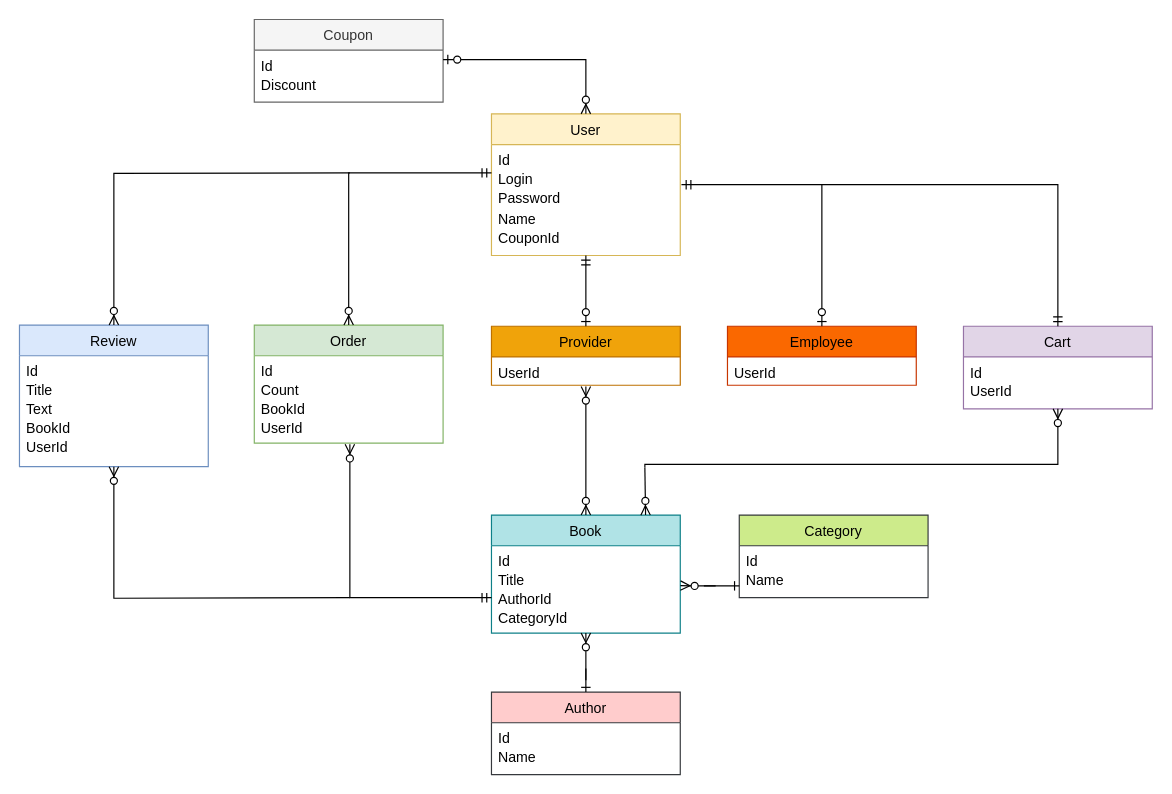
Before: doc/bdDiagram.drawio in Pavelabramovich/sem_5_databases, a draw.io diagram. Source tidied: cells renumbered, new cells numbered last; positions are measured from the earlier drawing's top-left corner, leaving out a move shared by most shapes. Both pictures are drawn from the tidied source at 118%, with x=0, y=0 at pixel (19, 19).
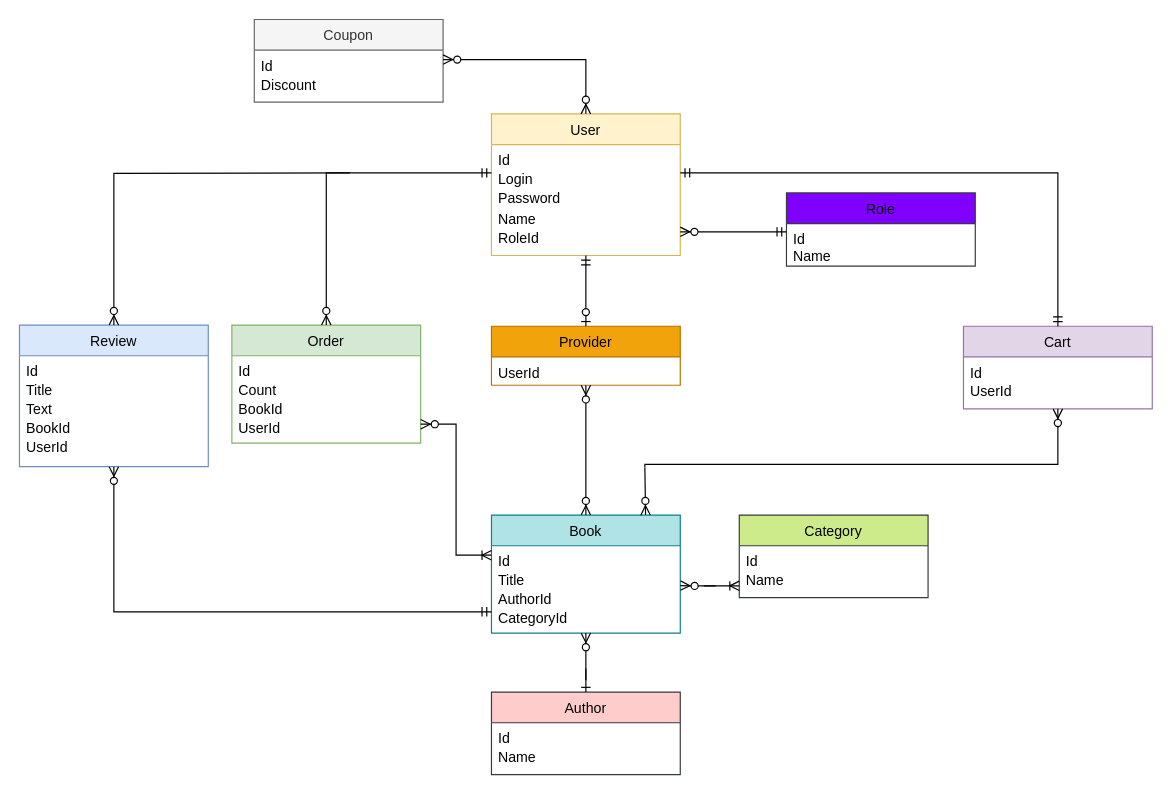
Above is the later version.

Commit message (it also covers changes not shown here):
update diagram and table structure

Unchanged cells that the change refers to:
```xml
<mxCell id="2" value="User" style="swimlane;fontStyle=0;align=center;verticalAlign=top;horizontal=1;startSize=26;rounded=0;shadow=0;strokeWidth=1;fillColor=#fff2cc;strokeColor=#d6b656;" parent="1" vertex="1">
  <mxGeometry x="400" y="80" width="160" height="120" as="geometry" />
</mxCell>
<mxCell id="4" value="Login &#10;" style="text;align=left;verticalAlign=top;spacingLeft=4;spacingRight=4;overflow=hidden;points=[[0,0.5],[1,0.5]];portConstraint=eastwest;rounded=0;shadow=0;html=0;" parent="2" vertex="1">
  <mxGeometry y="42" width="160" height="16" as="geometry" />
</mxCell>
<mxCell id="9" value="Id" style="text;align=left;verticalAlign=top;spacingLeft=4;spacingRight=4;overflow=hidden;points=[[0,0.5],[1,0.5]];portConstraint=eastwest;rounded=0;shadow=0;html=0;" parent="8" vertex="1">
  <mxGeometry y="26" width="160" height="16" as="geometry" />
</mxCell>
<mxCell id="11" value="Review" style="swimlane;fontStyle=0;align=center;verticalAlign=top;horizontal=1;startSize=26;rounded=0;shadow=0;strokeWidth=1;fillColor=#dae8fc;strokeColor=#6c8ebf;" parent="1" vertex="1">
  <mxGeometry y="259" width="160" height="120" as="geometry" />
</mxCell>
<mxCell id="21" value="UserId" style="text;align=left;verticalAlign=top;spacingLeft=4;spacingRight=4;overflow=hidden;points=[[0,0.5],[1,0.5]];portConstraint=eastwest;rounded=0;shadow=0;html=0;" parent="17" vertex="1">
  <mxGeometry y="74" width="160" height="20" as="geometry" />
</mxCell>
<mxCell id="22" value="Provider" style="swimlane;fontStyle=0;align=center;verticalAlign=top;horizontal=1;startSize=26;rounded=0;shadow=0;strokeWidth=1;fillColor=#f0a30a;strokeColor=#BD7000;fontColor=#000000;" parent="1" vertex="1">
  <mxGeometry x="400" y="260" width="160" height="50" as="geometry" />
</mxCell>
<mxCell id="26" value="Cart" style="swimlane;fontStyle=0;align=center;verticalAlign=top;horizontal=1;startSize=26;rounded=0;shadow=0;strokeWidth=1;fillColor=#e1d5e7;strokeColor=#9673a6;" parent="1" vertex="1">
  <mxGeometry x="800" y="260" width="160" height="70" as="geometry" />
</mxCell>
<mxCell id="29" value="Book" style="swimlane;fontStyle=0;align=center;verticalAlign=top;horizontal=1;startSize=26;rounded=0;shadow=0;strokeWidth=1;fillColor=#b0e3e6;strokeColor=#0e8088;" parent="1" vertex="1">
  <mxGeometry x="400" y="420" width="160" height="100" as="geometry" />
</mxCell>
<mxCell id="30" value="Id" style="text;align=left;verticalAlign=top;spacingLeft=4;spacingRight=4;overflow=hidden;points=[[0,0.5],[1,0.5]];portConstraint=eastwest;rounded=0;shadow=0;html=0;" parent="29" vertex="1">
  <mxGeometry y="26" width="160" height="16" as="geometry" />
</mxCell>
<mxCell id="33" value="CategoryId" style="text;align=left;verticalAlign=top;spacingLeft=4;spacingRight=4;overflow=hidden;points=[[0,0.5],[1,0.5]];portConstraint=eastwest;rounded=0;shadow=0;html=0;" parent="29" vertex="1">
  <mxGeometry y="74" width="160" height="16" as="geometry" />
</mxCell>
```

Change to the diagram source:
```diff
@@
-    <mxCell id="7" value="CouponId" style="text;align=left;verticalAlign=top;spacingLeft=4;spacingRight=4;overflow=hidden;" parent="2" vertex="1">
-      <mxGeometry y="92" width="160" height="16" as="geometry" />
-    </mxCell>
+    <mxCell id="55" value="RoleId&#10;" style="text;align=left;verticalAlign=top;spacingLeft=4;spacingRight=4;overflow=hidden;points=[[0,0.5],[1,0.5]];portConstraint=eastwest;" parent="2" vertex="1">
+      <mxGeometry y="92" width="160" height="16" as="geometry" />
+    </mxCell>
@@
     <mxCell id="17" value="Order" style="swimlane;fontStyle=0;align=center;verticalAlign=top;horizontal=1;startSize=26;rounded=0;shadow=0;strokeWidth=1;fillColor=#d5e8d4;strokeColor=#82b366;" parent="1" vertex="1">
-      <mxGeometry x="199" y="259" width="160" height="100" as="geometry" />
+      <mxGeometry x="180" y="259" width="160" height="100" as="geometry" />
     </mxCell>
@@
-    <mxCell id="24" value="Employee" style="swimlane;fontStyle=0;align=center;verticalAlign=top;horizontal=1;startSize=26;rounded=0;shadow=0;strokeWidth=1;fillColor=#fa6800;strokeColor=#C73500;fontColor=#000000;" parent="1" vertex="1">
-      <mxGeometry x="600" y="260" width="160" height="50" as="geometry" />
-    </mxCell>
-    <mxCell id="25" value="UserId" style="text;align=left;verticalAlign=top;spacingLeft=4;spacingRight=4;overflow=hidden;rounded=0;shadow=0;html=0;" parent="24" vertex="1">
-      <mxGeometry y="26" width="160" height="16" as="geometry" />
-    </mxCell>
@@
-    <mxCell id="41" style="fontSize=12;html=1;endArrow=ERzeroToOne;startArrow=ERmandOne;rounded=0;shadow=0;jumpStyle=none;edgeStyle=elbowEdgeStyle;elbow=vertical;entryX=0.5;entryY=0;entryDx=0;entryDy=0;" parent="1" edge="1" target="24">
-      <mxGeometry relative="1" as="geometry">
-        <mxPoint x="561" y="140" as="sourcePoint" />
-        <Array as="points">
-          <mxPoint x="680" y="140" />
-          <mxPoint x="630" y="200" />
-        </Array>
-      </mxGeometry>
-    </mxCell>
-    <mxCell id="42" style="edgeStyle=elbowEdgeStyle;fontSize=12;html=1;endArrow=ERmandOne;rounded=0;elbow=vertical;entryX=0.5;entryY=0;entryDx=0;entryDy=0;" parent="1" edge="1" target="26">
-      <mxGeometry relative="1" as="geometry">
-        <mxPoint x="680" y="140" as="sourcePoint" />
-        <Array as="points">
-          <mxPoint x="790" y="140" />
-        </Array>
-      </mxGeometry>
-    </mxCell>
-    <mxCell id="43" style="edgeStyle=orthogonalEdgeStyle;fontSize=12;html=1;endArrow=ERzeroToMany;endFill=1;startArrow=ERzeroToMany;rounded=0;exitX=0.5;exitY=0;exitDx=0;exitDy=0;" parent="1" edge="1" source="29">
-      <mxGeometry relative="1" as="geometry">
-        <mxPoint x="480" y="311" as="targetPoint" />
-      </mxGeometry>
+    <mxCell id="43" style="edgeStyle=orthogonalEdgeStyle;fontSize=12;html=1;endArrow=ERzeroToMany;endFill=1;startArrow=ERzeroToMany;rounded=0;exitX=0.5;exitY=0;exitDx=0;exitDy=0;entryX=0.5;entryY=1;entryDx=0;entryDy=0;" parent="1" edge="1" source="29" target="22">
+      <mxGeometry relative="1" as="geometry" />
     </mxCell>
@@
-    <mxCell id="46" style="fontSize=12;html=1;endArrow=ERone;endFill=1;rounded=0;" parent="1" edge="1">
-      <mxGeometry relative="1" as="geometry">
-        <mxPoint x="580" y="480" as="sourcePoint" />
-        <mxPoint x="610" y="480" as="targetPoint" />
-      </mxGeometry>
-    </mxCell>
-    <mxCell id="47" style="edgeStyle=orthogonalEdgeStyle;fontSize=12;html=1;endArrow=ERzeroToMany;startArrow=ERmandOne;rounded=0;entryX=0.5;entryY=0;entryDx=0;entryDy=0;" parent="1" edge="1" target="17">
+    <mxCell id="47" style="edgeStyle=orthogonalEdgeStyle;fontSize=12;html=1;endArrow=ERzeroToMany;startArrow=ERmandOne;rounded=0;entryX=0.5;entryY=0;entryDx=0;entryDy=0;exitX=0;exitY=0.5;exitDx=0;exitDy=0;" parent="1" edge="1" source="4" target="17">
       <mxGeometry relative="1" as="geometry">
-        <mxPoint x="400" y="130" as="sourcePoint" />
         <Array as="points">
-          <mxPoint x="400" y="130" />
-          <mxPoint x="279" y="130" />
+          <mxPoint x="260" y="130" />
         </Array>
       </mxGeometry>
     </mxCell>
-    <mxCell id="48" style="edgeStyle=orthogonalEdgeStyle;fontSize=12;html=1;endArrow=ERzeroToMany;startArrow=ERmandOne;rounded=0;" parent="1" edge="1">
+    <mxCell id="48" style="edgeStyle=orthogonalEdgeStyle;fontSize=12;html=1;endArrow=ERzeroToMany;startArrow=ERmandOne;rounded=0;entryX=0.5;entryY=1;entryDx=0;entryDy=0;exitX=0;exitY=0.5;exitDx=0;exitDy=0;" parent="1" edge="1" source="33">
       <mxGeometry relative="1" as="geometry">
-        <mxPoint x="400" y="490" as="sourcePoint" />
-        <mxPoint x="280" y="360" as="targetPoint" />
+        <mxPoint x="80" y="379" as="targetPoint" />
         <Array as="points">
-          <mxPoint x="280" y="490" />
+          <mxPoint x="80" y="502" />
         </Array>
       </mxGeometry>
     </mxCell>
@@
-    <mxCell id="50" style="edgeStyle=orthogonalEdgeStyle;fontSize=12;html=1;endArrow=ERzeroToMany;endFill=1;rounded=0;entryX=0.5;entryY=1;entryDx=0;entryDy=0;" parent="1" edge="1" target="11">
-      <mxGeometry relative="1" as="geometry">
-        <mxPoint x="280" y="490" as="sourcePoint" />
-      </mxGeometry>
-    </mxCell>
-    <mxCell id="51" style="edgeStyle=orthogonalEdgeStyle;fontSize=12;html=1;endArrow=ERzeroToMany;startArrow=ERzeroToOne;rounded=0;exitX=1;exitY=0.5;exitDx=0;exitDy=0;entryX=0.5;entryY=0;entryDx=0;entryDy=0;" parent="1" edge="1" source="9" target="2">
-      <mxGeometry relative="1" as="geometry" />
-    </mxCell>
@@
+    <mxCell id="56" value="Role" style="swimlane;fontStyle=0;align=center;verticalAlign=top;horizontal=1;startSize=26;rounded=0;shadow=0;strokeWidth=1;fillColor=#7F00FF;strokeColor=#36393d;" parent="1" vertex="1">
+      <mxGeometry x="650" y="147" width="160" height="62" as="geometry" />
+    </mxCell>
+    <mxCell id="57" value="Id" style="text;align=left;verticalAlign=top;spacingLeft=4;spacingRight=4;overflow=hidden;points=[[0,0.5],[1,0.5]];portConstraint=eastwest;rounded=0;shadow=0;html=0;" parent="56" vertex="1">
+      <mxGeometry y="26" width="160" height="14" as="geometry" />
+    </mxCell>
+    <mxCell id="58" value="Name " style="text;align=left;verticalAlign=top;spacingLeft=4;spacingRight=4;overflow=hidden;" parent="56" vertex="1">
+      <mxGeometry y="40" width="160" height="16" as="geometry" />
+    </mxCell>
+    <mxCell id="59" style="edgeStyle=elbowEdgeStyle;fontSize=12;html=1;endArrow=ERzeroToMany;startArrow=ERmandOne;rounded=0;entryX=1;entryY=0.5;entryDx=0;entryDy=0;exitX=0;exitY=0.5;exitDx=0;exitDy=0;" parent="1" edge="1" source="57" target="55">
+      <mxGeometry relative="1" as="geometry" />
+    </mxCell>
+    <mxCell id="60" style="edgeStyle=entityRelationEdgeStyle;fontSize=12;html=1;endArrow=ERoneToMany;rounded=0;" parent="1" edge="1">
+      <mxGeometry relative="1" as="geometry">
+        <mxPoint x="580" y="480" as="sourcePoint" />
+        <mxPoint x="610" y="480" as="targetPoint" />
+        <Array as="points">
+          <mxPoint x="590" y="480" />
+        </Array>
+      </mxGeometry>
+    </mxCell>
+    <mxCell id="61" style="edgeStyle=elbowEdgeStyle;fontSize=12;html=1;endArrow=ERoneToMany;startArrow=ERzeroToMany;rounded=0;entryX=0;entryY=0.5;entryDx=0;entryDy=0;exitX=1;exitY=0.5;exitDx=0;exitDy=0;" parent="1" edge="1" source="21" target="30">
+      <mxGeometry relative="1" as="geometry" />
+    </mxCell>
+    <mxCell id="62" style="edgeStyle=orthogonalEdgeStyle;fontSize=12;html=1;endArrow=ERmandOne;startArrow=ERmandOne;rounded=0;entryX=0.5;entryY=0;entryDx=0;entryDy=0;exitX=1;exitY=0.5;exitDx=0;exitDy=0;" parent="1" edge="1" source="4" target="26">
+      <mxGeometry relative="1" as="geometry" />
+    </mxCell>
+    <mxCell id="63" style="edgeStyle=elbowEdgeStyle;fontSize=12;html=1;endArrow=ERzeroToMany;endFill=1;startArrow=ERzeroToMany;rounded=0;entryX=1;entryY=0.5;entryDx=0;entryDy=0;exitX=0.5;exitY=0;exitDx=0;exitDy=0;" parent="1" edge="1" source="2" target="9">
+      <mxGeometry relative="1" as="geometry">
+        <Array as="points">
+          <mxPoint x="480" y="60" />
+        </Array>
+      </mxGeometry>
+    </mxCell>
```
